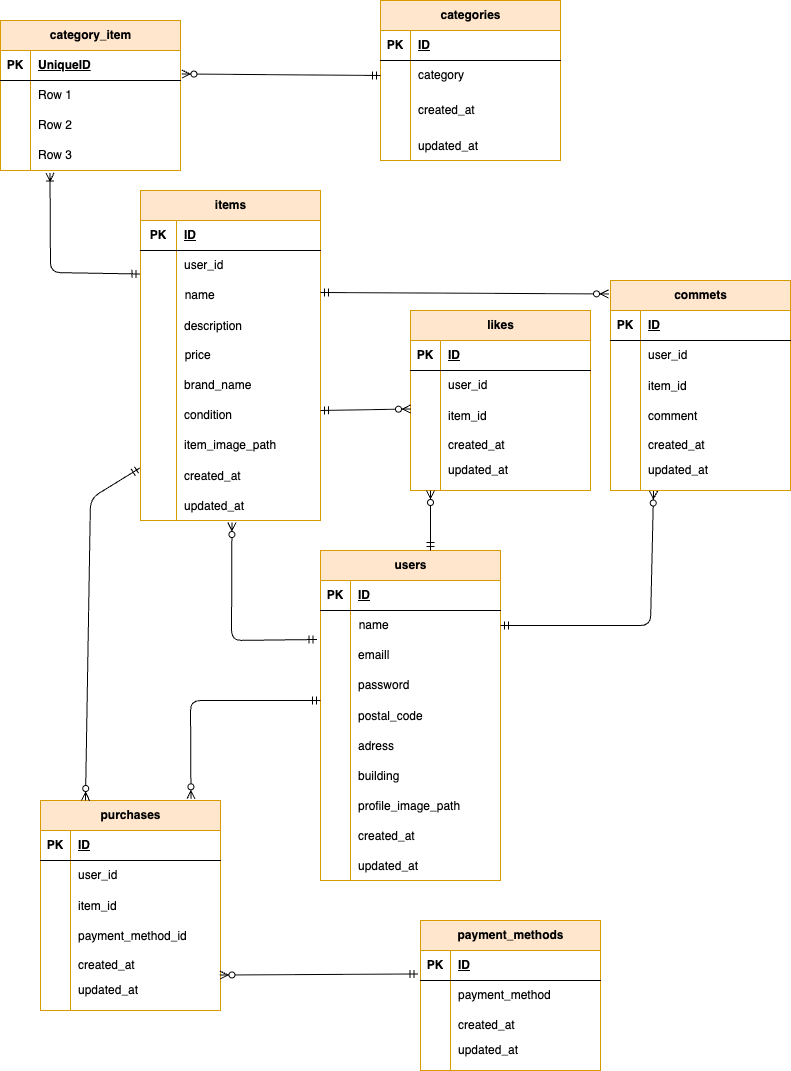
kuri6-kara/miyazakiharuka-mockcase1- keeps this draw.io diagram as ER.drawio.png. Above is the earlier version. Source tidied: cells renumbered, new cells last; positions are measured from the earlier drawing's top-left corner, leaving out a move shared by most shapes.
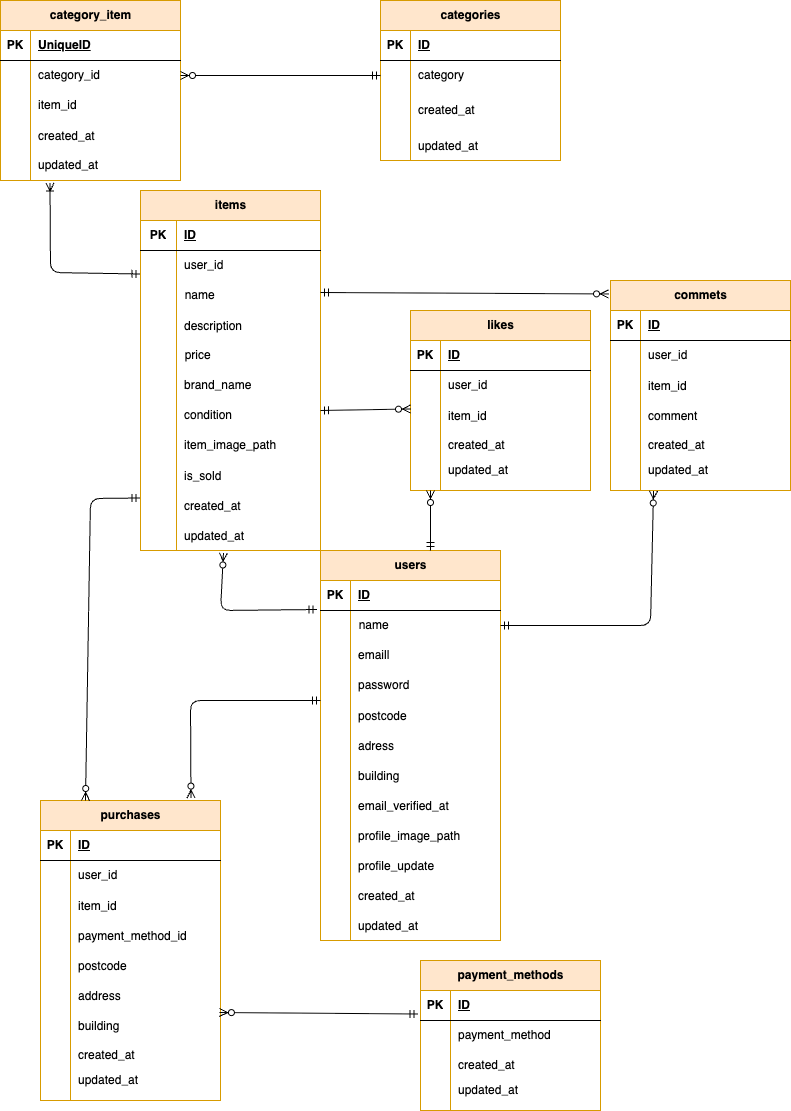
The same diagram one commit later.

Change to the diagram source:
```diff
@@ -3,7 +3,7 @@
     <mxCell id="0" />
     <mxCell id="1" parent="0" />
     <mxCell id="2" value="users" style="shape=table;startSize=30;rowLines=0;fontStyle=1;align=center;html=1;fillColor=#ffe6cc;strokeColor=#d79b00;" parent="1" vertex="1">
-      <mxGeometry x="320" y="550" width="180" height="330" as="geometry" />
+      <mxGeometry x="320" y="550" width="180" height="390" as="geometry" />
     </mxCell>
     <mxCell id="3" style="shape=tableRow;horizontal=0;startSize=0;swimlaneHead=0;swimlaneBody=0;fillColor=none;top=0;left=0;right=0;bottom=1;" parent="2" vertex="1">
       <mxGeometry y="30" width="180" height="30" as="geometry" />
@@ -47,7 +47,7 @@
     <mxCell id="16" style="shape=partialRectangle;fillColor=none;top=0;left=0;bottom=0;right=0;overflow=hidden;" parent="15" vertex="1">
       <mxGeometry width="30" height="30" as="geometry" />
     </mxCell>
-    <mxCell id="17" value="postal_code" style="shape=partialRectangle;fillColor=none;top=0;left=0;bottom=0;right=0;align=left;spacingLeft=6;overflow=hidden;" parent="15" vertex="1">
+    <mxCell id="17" value="postcode" style="shape=partialRectangle;fillColor=none;top=0;left=0;bottom=0;right=0;align=left;spacingLeft=6;overflow=hidden;" parent="15" vertex="1">
       <mxGeometry x="30" width="150" height="30" as="geometry" />
     </mxCell>
     <mxCell id="18" style="shape=tableRow;horizontal=0;startSize=0;swimlaneHead=0;swimlaneBody=0;fillColor=none;top=0;left=0;right=0;bottom=0;" parent="2" vertex="1">
@@ -68,8 +68,17 @@
     <mxCell id="23" value="building" style="shape=partialRectangle;fillColor=none;top=0;left=0;bottom=0;right=0;align=left;spacingLeft=6;overflow=hidden;" parent="21" vertex="1">
       <mxGeometry x="30" width="150" height="30" as="geometry" />
     </mxCell>
+    <mxCell id="169" style="shape=tableRow;horizontal=0;startSize=0;swimlaneHead=0;swimlaneBody=0;fillColor=none;top=0;left=0;right=0;bottom=0;" parent="2" vertex="1">
+      <mxGeometry y="240" width="180" height="30" as="geometry" />
+    </mxCell>
+    <mxCell id="170" style="shape=partialRectangle;fillColor=none;top=0;left=0;bottom=0;right=0;overflow=hidden;" parent="169" vertex="1">
+      <mxGeometry width="30" height="30" as="geometry" />
+    </mxCell>
+    <mxCell id="171" value="email_verified_at" style="shape=partialRectangle;fillColor=none;top=0;left=0;bottom=0;right=0;align=left;spacingLeft=6;overflow=hidden;" parent="169" vertex="1">
+      <mxGeometry x="30" width="150" height="30" as="geometry" />
+    </mxCell>
     <mxCell id="24" style="shape=tableRow;horizontal=0;startSize=0;swimlaneHead=0;swimlaneBody=0;fillColor=none;top=0;left=0;right=0;bottom=0;" parent="2" vertex="1">
-      <mxGeometry y="240" width="180" height="30" as="geometry" />
+      <mxGeometry y="270" width="180" height="30" as="geometry" />
     </mxCell>
     <mxCell id="25" style="shape=partialRectangle;fillColor=none;top=0;left=0;bottom=0;right=0;overflow=hidden;" parent="24" vertex="1">
       <mxGeometry width="30" height="30" as="geometry" />
@@ -77,8 +86,17 @@
     <mxCell id="26" value="profile_image_path" style="shape=partialRectangle;fillColor=none;top=0;left=0;bottom=0;right=0;align=left;spacingLeft=6;overflow=hidden;" parent="24" vertex="1">
       <mxGeometry x="30" width="150" height="30" as="geometry" />
     </mxCell>
+    <mxCell id="172" style="shape=tableRow;horizontal=0;startSize=0;swimlaneHead=0;swimlaneBody=0;fillColor=none;top=0;left=0;right=0;bottom=0;" parent="2" vertex="1">
+      <mxGeometry y="300" width="180" height="30" as="geometry" />
+    </mxCell>
+    <mxCell id="173" style="shape=partialRectangle;fillColor=none;top=0;left=0;bottom=0;right=0;overflow=hidden;" parent="172" vertex="1">
+      <mxGeometry width="30" height="30" as="geometry" />
+    </mxCell>
+    <mxCell id="174" value="profile_update" style="shape=partialRectangle;fillColor=none;top=0;left=0;bottom=0;right=0;align=left;spacingLeft=6;overflow=hidden;" parent="172" vertex="1">
+      <mxGeometry x="30" width="150" height="30" as="geometry" />
+    </mxCell>
     <mxCell id="27" style="shape=tableRow;horizontal=0;startSize=0;swimlaneHead=0;swimlaneBody=0;fillColor=none;top=0;left=0;right=0;bottom=0;" parent="2" vertex="1">
-      <mxGeometry y="270" width="180" height="30" as="geometry" />
+      <mxGeometry y="330" width="180" height="30" as="geometry" />
     </mxCell>
     <mxCell id="28" style="shape=partialRectangle;fillColor=none;top=0;left=0;bottom=0;right=0;overflow=hidden;" parent="27" vertex="1">
       <mxGeometry width="30" height="30" as="geometry" />
@@ -87,7 +105,7 @@
       <mxGeometry x="30" width="150" height="30" as="geometry" />
     </mxCell>
     <mxCell id="30" style="shape=tableRow;horizontal=0;startSize=0;swimlaneHead=0;swimlaneBody=0;fillColor=none;top=0;left=0;right=0;bottom=0;" parent="2" vertex="1">
-      <mxGeometry y="300" width="180" height="30" as="geometry" />
+      <mxGeometry y="360" width="180" height="30" as="geometry" />
     </mxCell>
     <mxCell id="31" style="shape=partialRectangle;fillColor=none;top=0;left=0;bottom=0;right=0;overflow=hidden;" parent="30" vertex="1">
       <mxGeometry width="30" height="30" as="geometry" />
@@ -96,7 +114,7 @@
       <mxGeometry x="30" width="150" height="30" as="geometry" />
     </mxCell>
     <mxCell id="33" value="items" style="shape=table;startSize=30;rowLines=0;fontStyle=1;align=center;html=1;fillColor=#ffe6cc;strokeColor=#d79b00;" parent="1" vertex="1">
-      <mxGeometry x="140" y="190" width="180" height="330" as="geometry" />
+      <mxGeometry x="140" y="190" width="180" height="360" as="geometry" />
     </mxCell>
     <mxCell id="34" style="shape=tableRow;horizontal=0;startSize=0;swimlaneHead=0;swimlaneBody=0;fillColor=none;top=0;left=0;right=0;bottom=1;" parent="33" vertex="1">
       <mxGeometry y="30" width="180" height="30" as="geometry" />
@@ -170,8 +188,17 @@
     <mxCell id="57" value="item_image_path" style="shape=partialRectangle;fillColor=none;top=0;left=0;bottom=0;right=0;align=left;spacingLeft=6;overflow=hidden;whiteSpace=wrap;html=1;" parent="55" vertex="1">
       <mxGeometry x="36" width="144" height="30" as="geometry" />
     </mxCell>
+    <mxCell id="175" style="shape=tableRow;horizontal=0;startSize=0;swimlaneHead=0;swimlaneBody=0;fillColor=none;top=0;left=0;right=0;bottom=0;" parent="33" vertex="1">
+      <mxGeometry y="270" width="180" height="30" as="geometry" />
+    </mxCell>
+    <mxCell id="176" style="shape=partialRectangle;fillColor=none;top=0;left=0;bottom=0;right=0;overflow=hidden;" parent="175" vertex="1">
+      <mxGeometry width="36" height="30" as="geometry" />
+    </mxCell>
+    <mxCell id="177" value="is_sold" style="shape=partialRectangle;fillColor=none;top=0;left=0;bottom=0;right=0;align=left;spacingLeft=6;overflow=hidden;" parent="175" vertex="1">
+      <mxGeometry x="36" width="144" height="30" as="geometry" />
+    </mxCell>
     <mxCell id="58" style="shape=tableRow;horizontal=0;startSize=0;swimlaneHead=0;swimlaneBody=0;fillColor=none;points=[[0,0.5],[1,0.5]];portConstraint=eastwest;top=0;left=0;right=0;bottom=0;" parent="33" vertex="1">
-      <mxGeometry y="270" width="180" height="30" as="geometry" />
+      <mxGeometry y="300" width="180" height="30" as="geometry" />
     </mxCell>
     <mxCell id="59" style="shape=partialRectangle;fillColor=none;top=0;left=0;bottom=0;right=0;overflow=hidden;" parent="58" vertex="1">
       <mxGeometry width="36" height="30" as="geometry" />
@@ -180,7 +207,7 @@
       <mxGeometry x="36" width="144" height="30" as="geometry" />
     </mxCell>
     <mxCell id="61" style="shape=tableRow;horizontal=0;startSize=0;swimlaneHead=0;swimlaneBody=0;fillColor=none;points=[[0,0.5],[1,0.5]];portConstraint=eastwest;top=0;left=0;right=0;bottom=0;" parent="33" vertex="1">
-      <mxGeometry y="300" width="180" height="30" as="geometry" />
+      <mxGeometry y="330" width="180" height="30" as="geometry" />
     </mxCell>
     <mxCell id="62" style="shape=partialRectangle;fillColor=none;top=0;left=0;bottom=0;right=0;overflow=hidden;" parent="61" vertex="1">
       <mxGeometry width="36" height="30" as="geometry" />
@@ -234,7 +261,7 @@
       <mxGeometry width="30" height="30" as="geometry" />
     </mxCell>
     <mxCell id="79" value="purchases" style="shape=table;startSize=30;rowLines=0;fontStyle=1;align=center;html=1;fillColor=#ffe6cc;strokeColor=#d79b00;" parent="1" vertex="1">
-      <mxGeometry x="40" y="800" width="180" height="210" as="geometry" />
+      <mxGeometry x="40" y="800" width="180" height="300" as="geometry" />
     </mxCell>
     <mxCell id="80" style="shape=tableRow;horizontal=0;startSize=0;swimlaneHead=0;swimlaneBody=0;fillColor=none;top=0;left=0;right=0;bottom=1;" parent="79" vertex="1">
       <mxGeometry y="30" width="180" height="30" as="geometry" />
@@ -272,8 +299,35 @@
     <mxCell id="91" value="payment_method_id" style="shape=partialRectangle;fillColor=none;top=0;left=0;bottom=0;right=0;align=left;spacingLeft=6;overflow=hidden;" parent="89" vertex="1">
       <mxGeometry x="30" width="150" height="30" as="geometry" />
     </mxCell>
+    <mxCell id="178" style="shape=tableRow;horizontal=0;startSize=0;swimlaneHead=0;swimlaneBody=0;fillColor=none;top=0;left=0;right=0;bottom=0;" parent="79" vertex="1">
+      <mxGeometry y="150" width="180" height="30" as="geometry" />
+    </mxCell>
+    <mxCell id="179" style="shape=partialRectangle;fillColor=none;top=0;left=0;bottom=0;right=0;overflow=hidden;" parent="178" vertex="1">
+      <mxGeometry width="30" height="30" as="geometry" />
+    </mxCell>
+    <mxCell id="180" value="postcode" style="shape=partialRectangle;fillColor=none;top=0;left=0;bottom=0;right=0;align=left;spacingLeft=6;overflow=hidden;" parent="178" vertex="1">
+      <mxGeometry x="30" width="150" height="30" as="geometry" />
+    </mxCell>
+    <mxCell id="181" style="shape=tableRow;horizontal=0;startSize=0;swimlaneHead=0;swimlaneBody=0;fillColor=none;points=[[0,0.5],[1,0.5]];portConstraint=eastwest;top=0;left=0;right=0;bottom=0;" parent="79" vertex="1">
+      <mxGeometry y="180" width="180" height="30" as="geometry" />
+    </mxCell>
+    <mxCell id="182" style="shape=partialRectangle;fillColor=none;top=0;left=0;bottom=0;right=0;overflow=hidden;" parent="181" vertex="1">
+      <mxGeometry width="30" height="30" as="geometry" />
+    </mxCell>
+    <mxCell id="183" value="address" style="shape=partialRectangle;fillColor=none;top=0;left=0;bottom=0;right=0;align=left;spacingLeft=6;overflow=hidden;" parent="181" vertex="1">
+      <mxGeometry x="30" width="150" height="30" as="geometry" />
+    </mxCell>
+    <mxCell id="184" style="shape=tableRow;horizontal=0;startSize=0;swimlaneHead=0;swimlaneBody=0;fillColor=none;top=0;left=0;right=0;bottom=0;" parent="79" vertex="1">
+      <mxGeometry y="210" width="180" height="30" as="geometry" />
+    </mxCell>
+    <mxCell id="185" style="shape=partialRectangle;fillColor=none;top=0;left=0;bottom=0;right=0;overflow=hidden;" parent="184" vertex="1">
+      <mxGeometry width="30" height="30" as="geometry" />
+    </mxCell>
+    <mxCell id="186" value="building" style="shape=partialRectangle;fillColor=none;top=0;left=0;bottom=0;right=0;align=left;spacingLeft=6;overflow=hidden;" parent="184" vertex="1">
+      <mxGeometry x="30" width="150" height="30" as="geometry" />
+    </mxCell>
     <mxCell id="92" style="shape=tableRow;horizontal=0;startSize=0;swimlaneHead=0;swimlaneBody=0;fillColor=none;points=[[0,0.5],[1,0.5]];portConstraint=eastwest;top=0;left=0;right=0;bottom=0;" parent="79" vertex="1">
-      <mxGeometry y="150" width="180" height="30" as="geometry" />
+      <mxGeometry y="240" width="180" height="30" as="geometry" />
     </mxCell>
     <mxCell id="93" style="shape=partialRectangle;fillColor=none;top=0;left=0;bottom=0;right=0;overflow=hidden;whiteSpace=wrap;html=1;" parent="92" vertex="1">
       <mxGeometry width="30" height="30" as="geometry" />
@@ -282,7 +336,7 @@
       <mxGeometry x="30" width="150" height="30" as="geometry" />
     </mxCell>
     <mxCell id="95" style="shape=tableRow;horizontal=0;startSize=0;swimlaneHead=0;swimlaneBody=0;fillColor=none;top=0;left=0;right=0;bottom=0;" parent="79" vertex="1">
-      <mxGeometry y="180" width="180" height="30" as="geometry" />
+      <mxGeometry y="270" width="180" height="30" as="geometry" />
     </mxCell>
     <mxCell id="96" style="shape=partialRectangle;fillColor=none;top=0;left=0;bottom=0;right=0;overflow=hidden;whiteSpace=wrap;html=1;" parent="95" vertex="1">
       <mxGeometry width="30" height="30" as="geometry" />
@@ -433,7 +487,7 @@
       </mxGeometry>
     </mxCell>
     <mxCell id="139" value="payment_methods" style="shape=table;startSize=30;rowLines=0;fontStyle=1;align=center;html=1;fillColor=#ffe6cc;strokeColor=#d79b00;" parent="1" vertex="1">
-      <mxGeometry x="420" y="920" width="180" height="150" as="geometry" />
+      <mxGeometry x="420" y="960" width="180" height="150" as="geometry" />
     </mxCell>
     <mxCell id="140" style="shape=tableRow;horizontal=0;startSize=0;swimlaneHead=0;swimlaneBody=0;fillColor=none;points=[[0,0.5],[1,0.5]];portConstraint=eastwest;top=0;left=0;right=0;bottom=1;" parent="139" vertex="1">
       <mxGeometry y="30" width="180" height="30" as="geometry" />
@@ -471,18 +525,19 @@
     <mxCell id="151" value="updated_at&lt;table&gt;&lt;tbody&gt;&lt;tr&gt;&lt;td&gt;&lt;br&gt;&lt;/td&gt;&lt;/tr&gt;&lt;/tbody&gt;&lt;/table&gt;" style="shape=partialRectangle;fillColor=none;top=0;left=0;bottom=0;right=0;align=left;spacingLeft=6;overflow=hidden;whiteSpace=wrap;html=1;" parent="149" vertex="1">
       <mxGeometry x="30" width="150" height="30" as="geometry" />
     </mxCell>
-    <mxCell id="152" style="fontSize=12;html=1;endArrow=ERzeroToMany;startArrow=ERmandOne;entryX=0.508;entryY=1.067;entryDx=0;entryDy=0;entryPerimeter=0;exitX=-0.019;exitY=-0.033;exitDx=0;exitDy=0;exitPerimeter=0;" parent="1" edge="1" source="9" target="61">
+    <mxCell id="152" style="fontSize=12;html=1;endArrow=ERzeroToMany;startArrow=ERmandOne;exitX=-0.019;exitY=-0.033;exitDx=0;exitDy=0;exitPerimeter=0;entryX=0.461;entryY=1.083;entryDx=0;entryDy=0;entryPerimeter=0;" parent="1" edge="1" target="61">
       <mxGeometry relative="1" as="geometry">
+        <mxPoint x="316.6" y="609" as="sourcePoint" />
         <Array as="points">
-          <mxPoint x="231" y="640" />
+          <mxPoint x="220" y="610" />
         </Array>
       </mxGeometry>
     </mxCell>
-    <mxCell id="153" style="fontSize=12;html=1;endArrow=ERzeroToMany;startArrow=ERmandOne;exitX=-0.014;exitY=0.783;exitDx=0;exitDy=0;exitPerimeter=0;entryX=0.997;entryY=0.817;entryDx=0;entryDy=0;entryPerimeter=0;" parent="1" edge="1" source="140" target="92">
+    <mxCell id="153" style="fontSize=12;html=1;endArrow=ERzeroToMany;startArrow=ERmandOne;exitX=-0.014;exitY=0.783;exitDx=0;exitDy=0;exitPerimeter=0;entryX=0.994;entryY=1.067;entryDx=0;entryDy=0;entryPerimeter=0;" parent="1" edge="1" source="140" target="181">
       <mxGeometry relative="1" as="geometry" />
     </mxCell>
     <mxCell id="154" value="category_item" style="shape=table;startSize=30;rowLines=0;fontStyle=1;align=center;html=1;fillColor=#ffe6cc;strokeColor=#d79b00;" parent="1" vertex="1">
-      <mxGeometry y="20" width="180" height="150" as="geometry" />
+      <mxGeometry width="180" height="180" as="geometry" />
     </mxCell>
     <mxCell id="155" style="shape=tableRow;horizontal=0;startSize=0;swimlaneHead=0;swimlaneBody=0;fillColor=none;points=[[0,0.5],[1,0.5]];portConstraint=eastwest;top=0;left=0;right=0;bottom=1;" parent="154" vertex="1">
       <mxGeometry y="30" width="180" height="30" as="geometry" />
@@ -499,7 +554,7 @@
     <mxCell id="159" style="shape=partialRectangle;fillColor=none;top=0;left=0;bottom=0;right=0;overflow=hidden;whiteSpace=wrap;html=1;" parent="158" vertex="1">
       <mxGeometry width="30" height="30" as="geometry" />
     </mxCell>
-    <mxCell id="160" value="Row 1" style="shape=partialRectangle;fillColor=none;top=0;left=0;bottom=0;right=0;align=left;spacingLeft=6;overflow=hidden;whiteSpace=wrap;html=1;" parent="158" vertex="1">
+    <mxCell id="160" value="category_id" style="shape=partialRectangle;fillColor=none;top=0;left=0;bottom=0;right=0;align=left;spacingLeft=6;overflow=hidden;whiteSpace=wrap;html=1;" parent="158" vertex="1">
       <mxGeometry x="30" width="150" height="30" as="geometry" />
     </mxCell>
     <mxCell id="161" style="shape=tableRow;horizontal=0;startSize=0;swimlaneHead=0;swimlaneBody=0;fillColor=none;top=0;left=0;right=0;bottom=0;" parent="154" vertex="1">
@@ -508,16 +563,25 @@
     <mxCell id="162" style="shape=partialRectangle;fillColor=none;top=0;left=0;bottom=0;right=0;overflow=hidden;whiteSpace=wrap;html=1;" parent="161" vertex="1">
       <mxGeometry width="30" height="30" as="geometry" />
     </mxCell>
-    <mxCell id="163" value="Row 2" style="shape=partialRectangle;fillColor=none;top=0;left=0;bottom=0;right=0;align=left;spacingLeft=6;overflow=hidden;whiteSpace=wrap;html=1;" parent="161" vertex="1">
+    <mxCell id="163" value="item_id" style="shape=partialRectangle;fillColor=none;top=0;left=0;bottom=0;right=0;align=left;spacingLeft=6;overflow=hidden;whiteSpace=wrap;html=1;" parent="161" vertex="1">
       <mxGeometry x="30" width="150" height="30" as="geometry" />
     </mxCell>
+    <mxCell id="187" style="shape=tableRow;horizontal=0;startSize=0;swimlaneHead=0;swimlaneBody=0;fillColor=none;top=0;left=0;right=0;bottom=0;" parent="154" vertex="1">
+      <mxGeometry y="120" width="180" height="30" as="geometry" />
+    </mxCell>
+    <mxCell id="188" style="shape=partialRectangle;fillColor=none;top=0;left=0;bottom=0;right=0;overflow=hidden;" parent="187" vertex="1">
+      <mxGeometry width="30" height="30" as="geometry" />
+    </mxCell>
+    <mxCell id="189" value="created_at" style="shape=partialRectangle;fillColor=none;top=0;left=0;bottom=0;right=0;align=left;spacingLeft=6;overflow=hidden;" parent="187" vertex="1">
+      <mxGeometry x="30" width="150" height="30" as="geometry" />
+    </mxCell>
     <mxCell id="164" style="shape=tableRow;horizontal=0;startSize=0;swimlaneHead=0;swimlaneBody=0;fillColor=none;points=[[0,0.5],[1,0.5]];portConstraint=eastwest;top=0;left=0;right=0;bottom=0;" parent="154" vertex="1">
-      <mxGeometry y="120" width="180" height="30" as="geometry" />
+      <mxGeometry y="150" width="180" height="30" as="geometry" />
     </mxCell>
     <mxCell id="165" style="shape=partialRectangle;fillColor=none;top=0;left=0;bottom=0;right=0;overflow=hidden;whiteSpace=wrap;html=1;" parent="164" vertex="1">
       <mxGeometry width="30" height="30" as="geometry" />
     </mxCell>
-    <mxCell id="166" value="Row 3" style="shape=partialRectangle;fillColor=none;top=0;left=0;bottom=0;right=0;align=left;spacingLeft=6;overflow=hidden;whiteSpace=wrap;html=1;" parent="164" vertex="1">
+    <mxCell id="166" value="updated_at" style="shape=partialRectangle;fillColor=none;top=0;left=0;bottom=0;right=0;align=left;spacingLeft=6;overflow=hidden;whiteSpace=wrap;html=1;" parent="164" vertex="1">
       <mxGeometry x="30" width="150" height="30" as="geometry" />
     </mxCell>
     <mxCell id="167" style="fontSize=12;html=1;endArrow=ERoneToMany;startArrow=ERmandOne;entryX=0.275;entryY=1.083;entryDx=0;entryDy=0;entryPerimeter=0;exitX=-0.003;exitY=0.783;exitDx=0;exitDy=0;exitPerimeter=0;" parent="1" edge="1" source="37" target="164">
@@ -527,7 +591,7 @@
         </Array>
       </mxGeometry>
     </mxCell>
-    <mxCell id="168" style="fontSize=12;html=1;endArrow=ERzeroToMany;startArrow=ERmandOne;exitX=0;exitY=0.5;exitDx=0;exitDy=0;entryX=1.008;entryY=0.783;entryDx=0;entryDy=0;entryPerimeter=0;" parent="1" edge="1" source="68" target="155">
+    <mxCell id="168" style="fontSize=12;html=1;endArrow=ERzeroToMany;startArrow=ERmandOne;exitX=0;exitY=0.5;exitDx=0;exitDy=0;entryX=1;entryY=0.5;entryDx=0;entryDy=0;" parent="1" edge="1" source="68" target="158">
       <mxGeometry relative="1" as="geometry" />
     </mxCell>
   </root>
```
